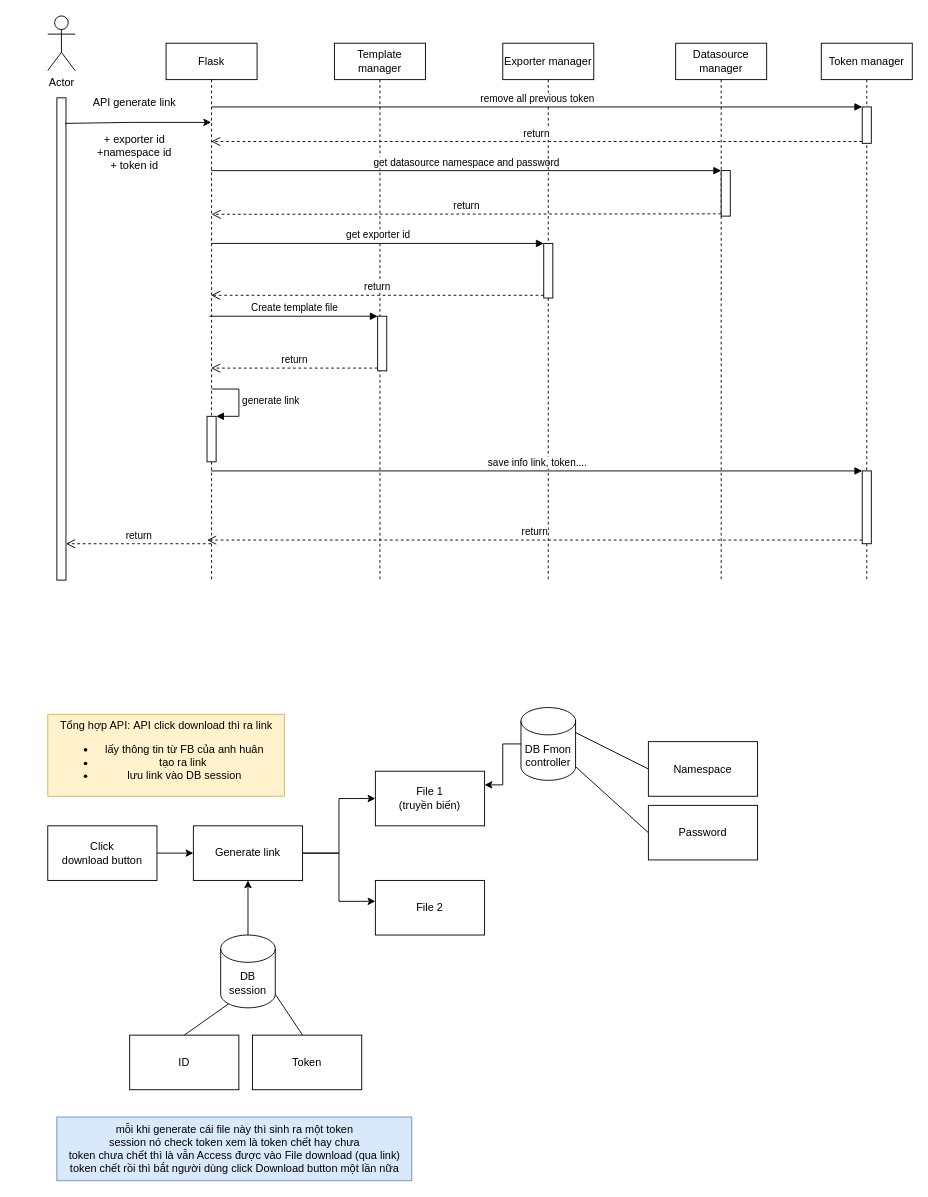
Before: page "API generate link" (1 of 4) of Download install script.drawio in AlicasticAnhthu/apiflask, a draw.io diagram. Source tidied: cells renumbered, new cells numbered last; positions are measured from the earlier drawing's top-left corner, leaving out a move shared by most shapes. Both pictures are drawn from the tidied source at 91%, with x=0, y=0 at pixel (47, 15).
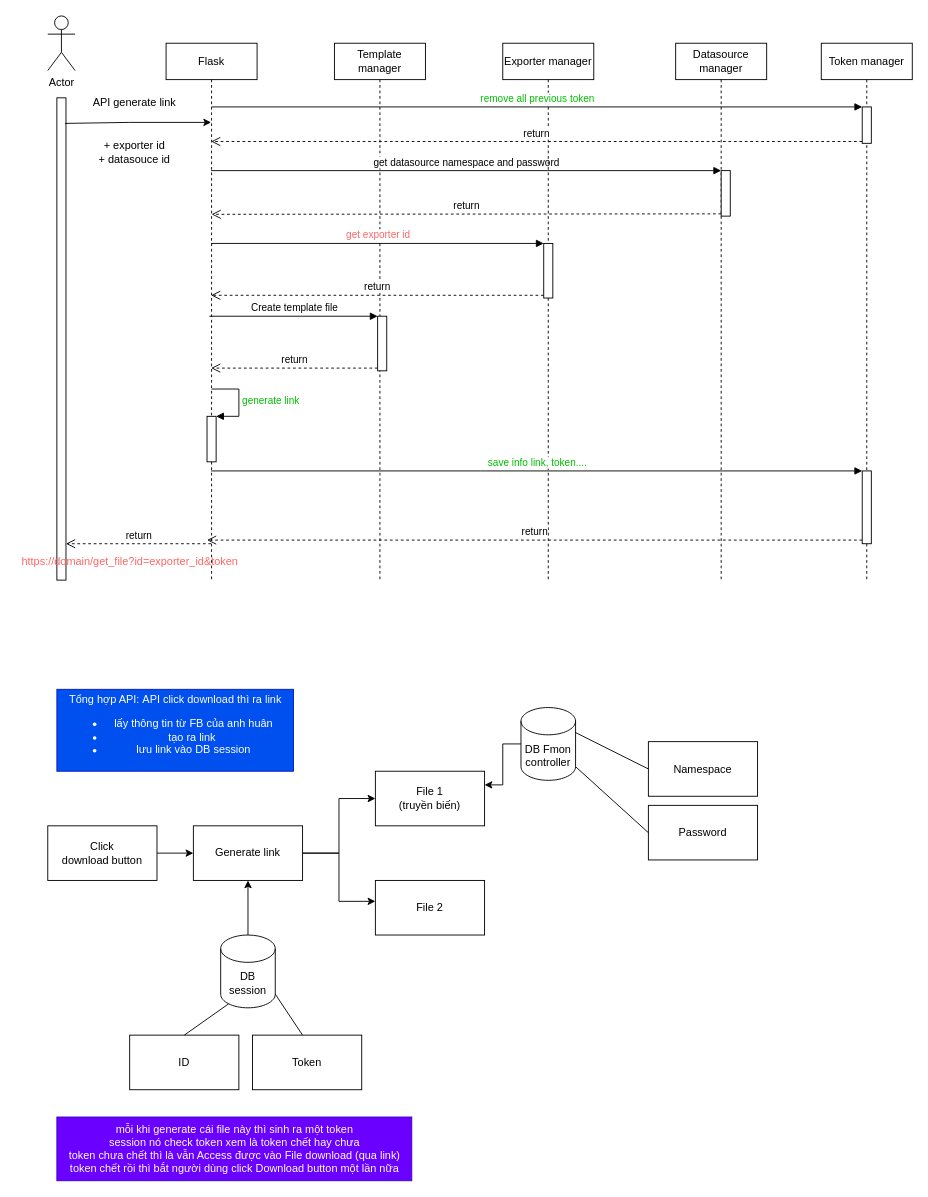
The same diagram, later.

The change refers to these unchanged cells:
```xml
<mxCell id="3" value="Flask" style="shape=umlLifeline;perimeter=lifelinePerimeter;whiteSpace=wrap;html=1;outlineConnect=0;" parent="1" vertex="1">
  <mxGeometry x="130" y="30" width="100" height="590" as="geometry" />
</mxCell>
<mxCell id="4" style="html=1;points=[];perimeter=orthogonalPerimeter;" parent="3" vertex="1">
  <mxGeometry x="45" y="410" width="10" height="50" as="geometry" />
</mxCell>
<mxCell id="32" style="html=1;points=[];perimeter=orthogonalPerimeter;" parent="31" vertex="1">
  <mxGeometry x="45" y="470" width="10" height="80" as="geometry" />
</mxCell>
<mxCell id="33" style="html=1;points=[];perimeter=orthogonalPerimeter;" parent="31" vertex="1">
  <mxGeometry x="45" y="70" width="10" height="40" as="geometry" />
</mxCell>
<mxCell id="38" style="html=1;points=[];perimeter=orthogonalPerimeter;" parent="37" vertex="1">
  <mxGeometry x="45" y="220" width="10" height="60" as="geometry" />
</mxCell>
```

What changed in the source:
```diff
@@
-    <mxCell id="5" value="generate link" style="edgeStyle=orthogonalEdgeStyle;html=1;align=left;spacingLeft=2;endArrow=block;rounded=0;entryX=1;entryY=0;" parent="3" edge="1" target="4">
+    <mxCell id="5" value="&lt;font color=&quot;#00bf00&quot;&gt;generate link&lt;/font&gt;" style="edgeStyle=orthogonalEdgeStyle;html=1;align=left;spacingLeft=2;endArrow=block;rounded=0;entryX=1;entryY=0;" parent="3" edge="1" target="4">
       <mxGeometry relative="1" as="geometry">
         <mxPoint x="50" y="380" as="sourcePoint" />
         <Array as="points">
           <mxPoint x="80" y="380" />
         </Array>
       </mxGeometry>
     </mxCell>
@@
-    <mxCell id="29" value="mỗi khi generate cái file này thì sinh ra một token&lt;br&gt;session nó check token xem là token chết hay chưa&lt;br&gt;token chưa chết thì là vẫn Access được vào File download (qua link)&lt;br&gt;token chết rồi thì bắt người dùng click Download button một lần nữa" style="text;html=1;align=center;verticalAlign=middle;strokeColor=#6c8ebf;fillColor=#dae8fc;" parent="1" vertex="1">
+    <mxCell id="29" value="mỗi khi generate cái file này thì sinh ra một token&lt;br&gt;session nó check token xem là token chết hay chưa&lt;br&gt;token chưa chết thì là vẫn Access được vào File download (qua link)&lt;br&gt;token chết rồi thì bắt người dùng click Download button một lần nữa" style="text;html=1;align=center;verticalAlign=middle;strokeColor=#3700CC;fillColor=#6a00ff;fontColor=#ffffff;" parent="1" vertex="1">
       <mxGeometry x="10" y="1210" width="390" height="70" as="geometry" />
     </mxCell>
-    <mxCell id="30" value="Tổng hợp API:&amp;nbsp;API click download thì ra link&lt;br&gt;&lt;ul&gt;&lt;li&gt;lấy thông tin từ FB của anh huân&lt;/li&gt;&lt;li&gt;tạo ra link&amp;nbsp;&lt;/li&gt;&lt;li&gt;lưu link vào DB session&lt;/li&gt;&lt;/ul&gt;" style="text;html=1;align=center;verticalAlign=middle;strokeColor=#d6b656;fillColor=#fff2cc;" parent="1" vertex="1">
-      <mxGeometry y="767.5" width="260" height="90" as="geometry" />
+    <mxCell id="30" value="Tổng hợp API:&amp;nbsp;API click download thì ra link&lt;br&gt;&lt;ul&gt;&lt;li&gt;lấy thông tin từ FB của anh huân&lt;/li&gt;&lt;li&gt;tạo ra link&amp;nbsp;&lt;/li&gt;&lt;li&gt;lưu link vào DB session&lt;/li&gt;&lt;/ul&gt;" style="text;html=1;align=center;verticalAlign=middle;fillColor=#0050ef;fontColor=#ffffff;strokeColor=#001DBC;" parent="1" vertex="1">
+      <mxGeometry x="10" y="740" width="260" height="90" as="geometry" />
     </mxCell>
@@
-    <mxCell id="41" value="save info link, token...." style="html=1;verticalAlign=bottom;endArrow=block;entryX=0;entryY=0;rounded=0;" parent="1" edge="1" source="3" target="32">
+    <mxCell id="41" value="&lt;font color=&quot;#00bf00&quot;&gt;save info link, token....&lt;/font&gt;" style="html=1;verticalAlign=bottom;endArrow=block;entryX=0;entryY=0;rounded=0;" parent="1" edge="1" source="3" target="32">
       <mxGeometry relative="1" as="geometry">
         <Array as="points">
           <mxPoint x="475.5" y="500" />
         </Array>
       </mxGeometry>
     </mxCell>
@@
-    <mxCell id="44" value="remove all previous token" style="html=1;verticalAlign=bottom;endArrow=block;entryX=0;entryY=0;rounded=0;" parent="1" edge="1" target="33">
+    <mxCell id="44" value="&lt;font color=&quot;#00bf00&quot;&gt;remove all previous token&lt;/font&gt;" style="html=1;verticalAlign=bottom;endArrow=block;entryX=0;entryY=0;rounded=0;" parent="1" edge="1" target="33">
       <mxGeometry relative="1" as="geometry">
         <mxPoint x="180" y="100" as="sourcePoint" />
       </mxGeometry>
     </mxCell>
@@
-    <mxCell id="47" value="+ exporter id&lt;br&gt;+namespace id&lt;br&gt;+ token id" style="text;html=1;align=center;verticalAlign=middle;strokeColor=none;fillColor=none;" parent="1" vertex="1">
-      <mxGeometry x="40" y="120" width="110" height="60" as="geometry" />
+    <mxCell id="47" value="+ exporter id&lt;br&gt;+ datasouce id" style="text;html=1;align=center;verticalAlign=middle;strokeColor=none;fillColor=none;" parent="1" vertex="1">
+      <mxGeometry x="50" y="135" width="90" height="30" as="geometry" />
     </mxCell>
@@
-    <mxCell id="49" value="get exporter id" style="html=1;verticalAlign=bottom;endArrow=block;entryX=0;entryY=0;rounded=0;" parent="1" edge="1" source="3" target="38">
+    <mxCell id="49" value="&lt;font color=&quot;#ff6666&quot;&gt;get exporter id&lt;/font&gt;" style="html=1;verticalAlign=bottom;endArrow=block;entryX=0;entryY=0;rounded=0;" parent="1" edge="1" source="3" target="38">
       <mxGeometry relative="1" as="geometry" />
     </mxCell>
@@
+    <mxCell id="51" value="https://domain/get_file?id=exporter_id&amp;amp;token" style="text;html=1;align=center;verticalAlign=middle;strokeColor=none;fillColor=none;fontColor=#FF6666;" parent="1" vertex="1">
+      <mxGeometry x="-35" y="590" width="250" height="20" as="geometry" />
+    </mxCell>
```
